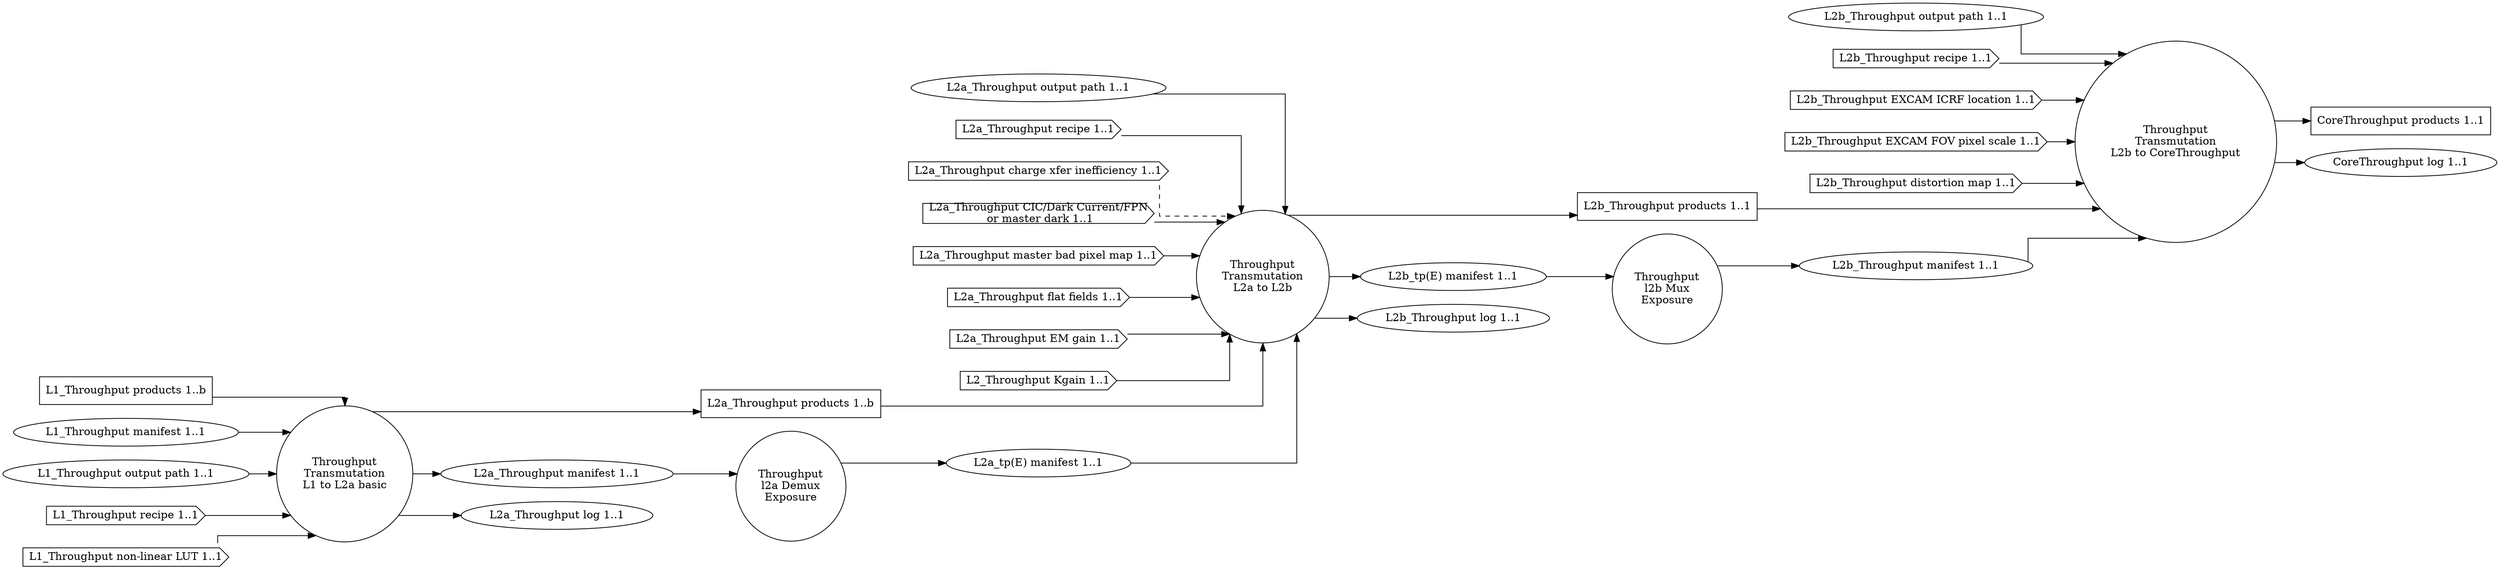
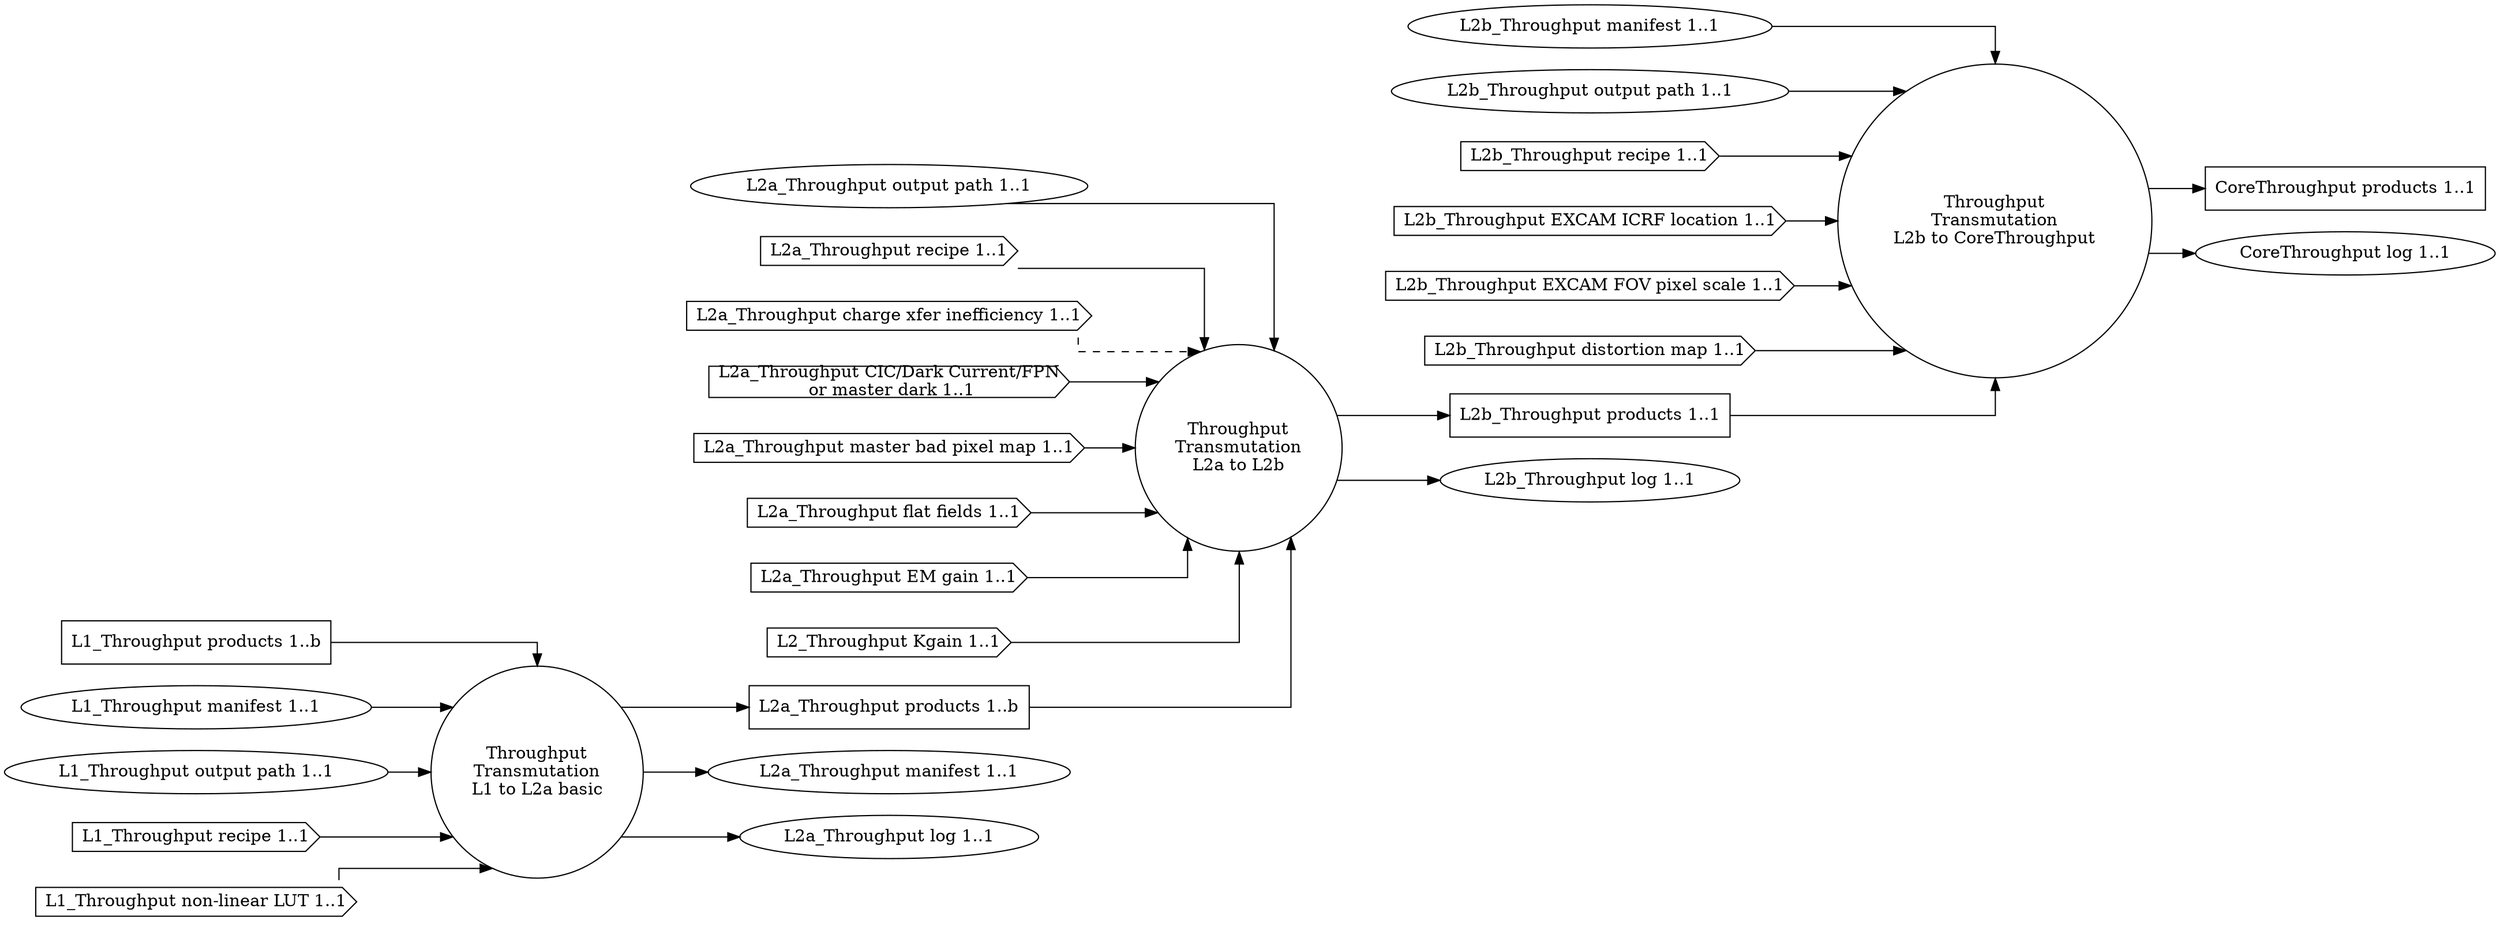
digraph Throughput
{
  graph [splines="ortho", rankdir=LR];

  trans_tp_l1_l2a_basic [label="Throughput\nTransmutation\nL1 to L2a basic", shape="circle"];
-   l2a_tp_demux [label="Throughput\nl2a Demux\nExposure" shape="circle"];
  trans_tp_l2a_l2b [label="Throughput\nTransmutation\nL2a to L2b", shape="circle"];
-   l2b_tp_mux [label="Throughput\nl2b Mux\nExposure", shape="circle"];
  trans_tp_l2b_ctp [label="Throughput\nTransmutation\nL2b to CoreThroughput", shape="circle"];

  l1_tp_prod [label="L1_Throughput products 1..b", shape="rectangle"];
  l1_tp_man [label="L1_Throughput manifest 1..1", shape="ellipse"];
  l1_tp_odir [label="L1_Throughput output path 1..1", shape="ellipse"];
  l1_tp_rec [label="L1_Throughput recipe 1..1", shape="cds"];
  l1_tp_nllut [label="L1_Throughput non-linear LUT 1..1", shape="cds"];

  l2a_tp_prod [label="L2a_Throughput products 1..b", shape="rectangle"];
  l2a_tp_man [label="L2a_Throughput manifest 1..1", shape="ellipse"];
  l2a_tp_odir [label="L2a_Throughput output path 1..1", shape="ellipse"];
  l2a_tp_rec [label="L2a_Throughput recipe 1..1", shape="cds"];
  l2a_tp_cti [label="L2a_Throughput charge xfer inefficiency 1..1", shape="cds"];
  l2a_tp_dnb [label="L2a_Throughput CIC/Dark Current/FPN\n or master dark 1..1", shape="cds"];
  l2a_tp_mbpm [label="L2a_Throughput master bad pixel map 1..1", shape="cds"];
  l2a_tp_ff [label="L2a_Throughput flat fields 1..1", shape="cds"];
  l2a_tp_emg [label="L2a_Throughput EM gain 1..1", shape="cds"];
  l2a_tp_kgain [label="L2_Throughput Kgain 1..1", shape="cds"];
  l2a_tp_log [label="L2a_Throughput log 1..1", shape="ellipse"];
-   l2a_tp_man_demux [label="L2a_tp(E) manifest 1..1", shape="ellipse"];

  l2b_tp_prod [label="L2b_Throughput products 1..1", shape="rectangle"];
  l2b_tp_man [label="L2b_Throughput manifest 1..1", shape="ellipse"];
  l2b_tp_odir [label="L2b_Throughput output path 1..1", shape="ellipse"];
  l2b_tp_rec [label="L2b_Throughput recipe 1..1", shape="cds"];
  l2b_tp_excicrf [label="L2b_Throughput EXCAM ICRF location 1..1", shape="cds"];
  l2b_tp_excfovps [label="L2b_Throughput EXCAM FOV pixel scale 1..1", shape="cds"];
  l2b_tp_distm [label="L2b_Throughput distortion map 1..1", shape="cds"];
-   l2b_tp_man_demux [label="L2b_tp(E) manifest 1..1", shape="ellipse"];
  l2b_tp_log [label="L2b_Throughput log 1..1", shape="ellipse"];

  ctp_prod [label="CoreThroughput products 1..1", shape="rectangle"];
  ctp_log [label="CoreThroughput log 1..1", shape="ellipse"];

  l1_tp_prod -> trans_tp_l1_l2a_basic;
  l1_tp_man -> trans_tp_l1_l2a_basic;
  l1_tp_odir -> trans_tp_l1_l2a_basic;
  l1_tp_rec -> trans_tp_l1_l2a_basic;
  l1_tp_nllut -> trans_tp_l1_l2a_basic;

  trans_tp_l1_l2a_basic -> l2a_tp_prod;
  trans_tp_l1_l2a_basic -> l2a_tp_man;
  trans_tp_l1_l2a_basic -> l2a_tp_log;

  l2a_tp_prod -> trans_tp_l2a_l2b;
  l2a_tp_kgain -> trans_tp_l2a_l2b;
  l2a_tp_odir -> trans_tp_l2a_l2b;
  l2a_tp_rec -> trans_tp_l2a_l2b;
  l2a_tp_cti -> trans_tp_l2a_l2b [style="dashed"];
  l2a_tp_dnb -> trans_tp_l2a_l2b;
  l2a_tp_mbpm -> trans_tp_l2a_l2b;
  l2a_tp_ff -> trans_tp_l2a_l2b;
  l2a_tp_emg -> trans_tp_l2a_l2b;

  trans_tp_l2a_l2b -> l2b_tp_prod;
-   trans_tp_l2a_l2b -> l2b_tp_man_demux;
  trans_tp_l2a_l2b -> l2b_tp_log;
- 
-   l2a_tp_man -> l2a_tp_demux;
-   l2a_tp_demux -> l2a_tp_man_demux;
-   l2a_tp_man_demux -> trans_tp_l2a_l2b;
- 
-   l2b_tp_man_demux -> l2b_tp_mux;
-   l2b_tp_mux -> l2b_tp_man;

  l2b_tp_prod -> trans_tp_l2b_ctp;
  l2b_tp_man -> trans_tp_l2b_ctp;
  l2b_tp_odir -> trans_tp_l2b_ctp;
  l2b_tp_rec -> trans_tp_l2b_ctp;
  l2b_tp_excicrf -> trans_tp_l2b_ctp;
  l2b_tp_excfovps -> trans_tp_l2b_ctp;
  l2b_tp_distm -> trans_tp_l2b_ctp;
  trans_tp_l2b_ctp -> ctp_prod;
  trans_tp_l2b_ctp -> ctp_log;

}
